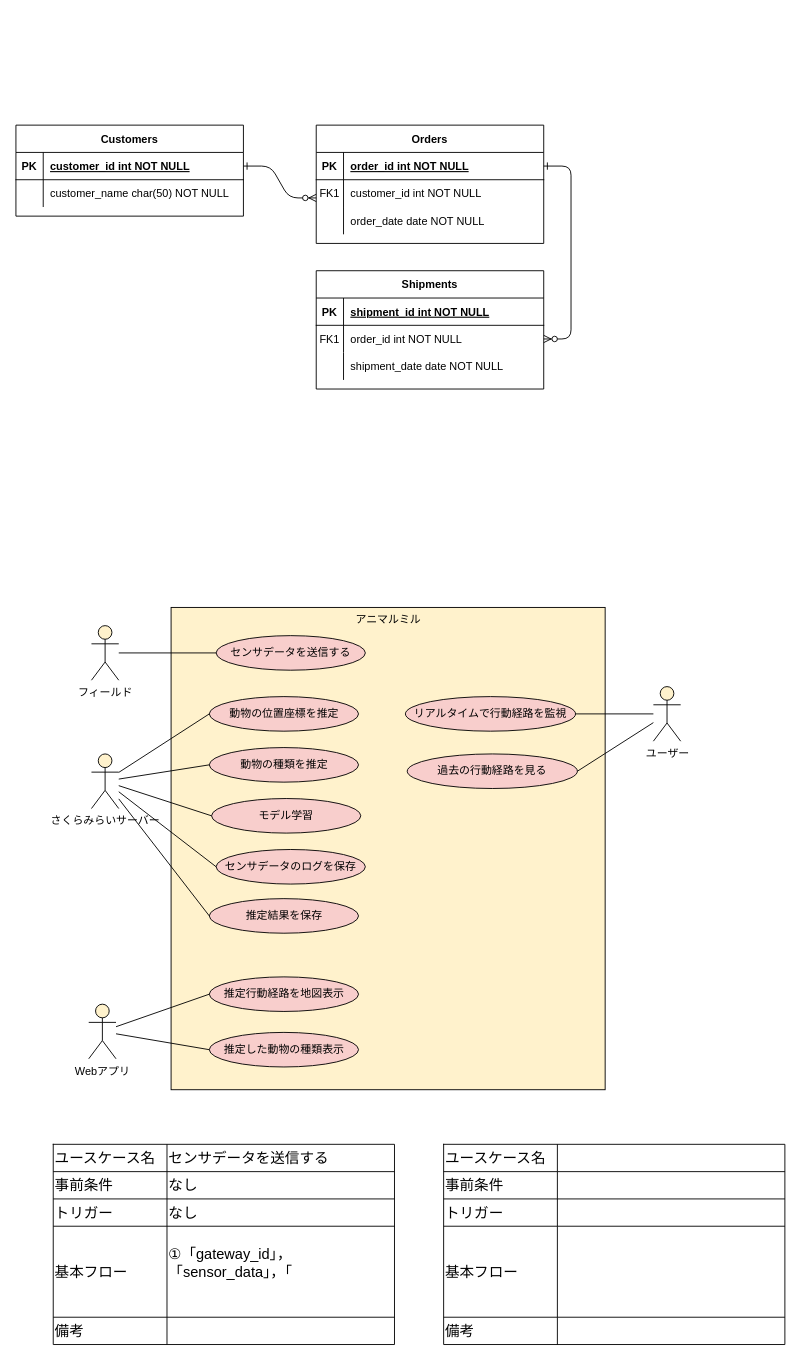
Earlier version of the draw.io diagram アニマルミルUML.drawio (ShouSawa/draw.io). Source tidied: cells renumbered, new cells numbered last; positions are measured from the earlier drawing's top-left corner, leaving out a move shared by most shapes. Both pictures are drawn from the tidied source at 91%, with x=0, y=0 at pixel (15, 125).
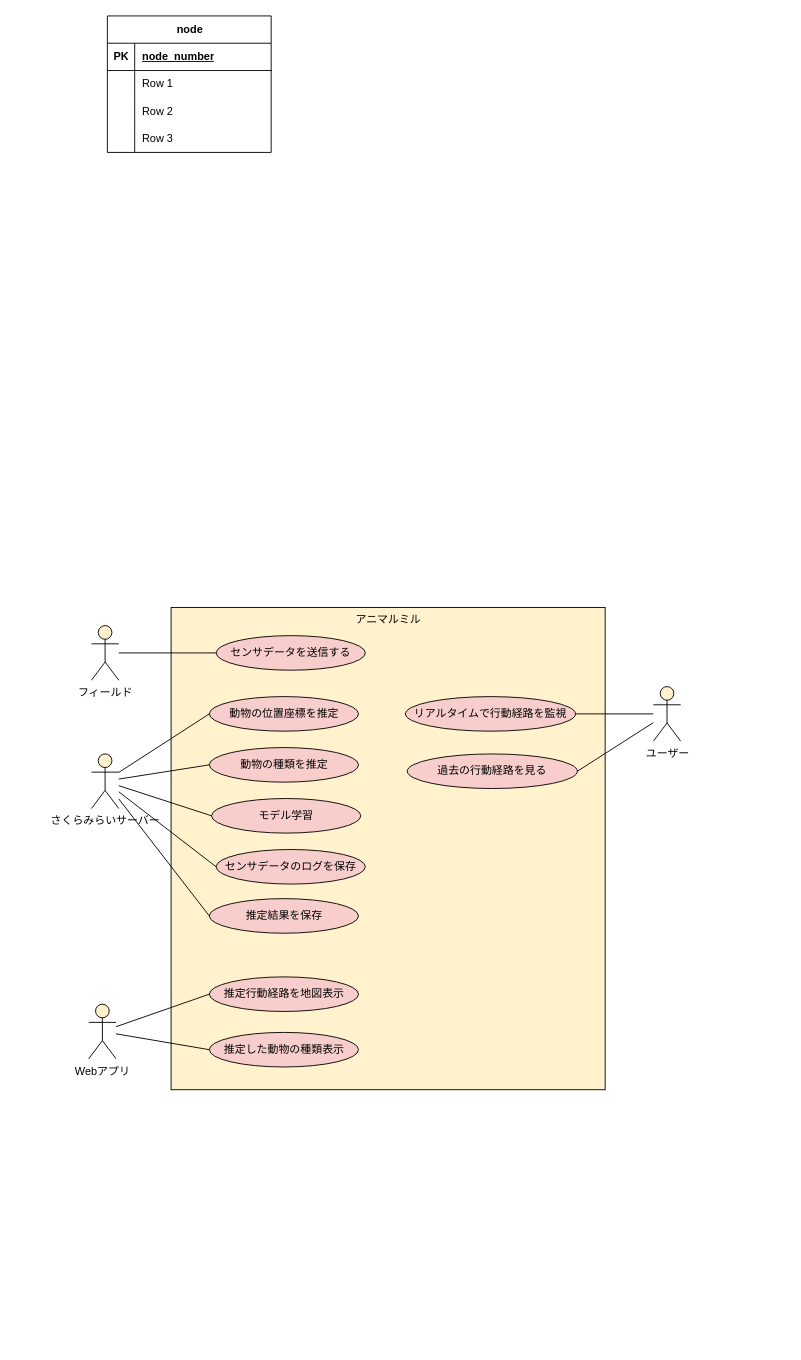
The same diagram, later.

Commit message (it also covers changes not shown here):
アニマルミルUML.drawio を更新

The edit, as a diff of the source:
```diff
@@
-    <mxCell id="2" style="edgeStyle=entityRelationEdgeStyle;endArrow=ERzeroToMany;startArrow=ERone;endFill=1;startFill=0;exitX=1;exitY=0.5;exitDx=0;exitDy=0;" parent="1" edge="1" source="25">
-      <mxGeometry relative="1" as="geometry">
-        <mxPoint x="330" y="80" as="targetPoint" />
-      </mxGeometry>
-    </mxCell>
-    <mxCell id="3" style="edgeStyle=entityRelationEdgeStyle;endArrow=ERzeroToMany;startArrow=ERone;endFill=1;startFill=0;" parent="1" edge="1" source="5" target="18">
-      <mxGeometry relative="1" as="geometry" />
-    </mxCell>
-    <mxCell id="4" value="Orders" style="shape=table;startSize=30;childLayout=tableLayout;rowLines=0;fontStyle=1;align=center;" parent="1" vertex="1">
-      <mxGeometry x="330" width="250" height="130" as="geometry" />
-    </mxCell>
-    <mxCell id="5" style="shape=partialRectangle;fillColor=none;points=[[0,0.5],[1,0.5]];portConstraint=eastwest;top=0;left=0;right=0;bottom=1;" parent="4" vertex="1">
-      <mxGeometry y="30" width="250" height="30" as="geometry" />
-    </mxCell>
-    <mxCell id="6" value="PK" style="shape=partialRectangle;overflow=hidden;fillColor=none;top=0;left=0;bottom=0;right=0;fontStyle=1;" parent="5" vertex="1">
-      <mxGeometry width="30" height="30" as="geometry" />
-    </mxCell>
-    <mxCell id="7" value="order_id int NOT NULL " style="shape=partialRectangle;overflow=hidden;fillColor=none;top=0;left=0;bottom=0;right=0;align=left;spacingLeft=6;fontStyle=5;" parent="5" vertex="1">
-      <mxGeometry x="30" width="220" height="30" as="geometry" />
-    </mxCell>
-    <mxCell id="8" style="shape=partialRectangle;fillColor=none;top=0;left=0;right=0;bottom=0;" parent="4" vertex="1">
-      <mxGeometry y="60" width="250" height="30" as="geometry" />
-    </mxCell>
-    <mxCell id="9" value="FK1" style="shape=partialRectangle;overflow=hidden;fillColor=none;top=0;left=0;bottom=0;right=0;" parent="8" vertex="1">
-      <mxGeometry width="30" height="30" as="geometry" />
-    </mxCell>
-    <mxCell id="10" value="customer_id int NOT NULL" style="shape=partialRectangle;overflow=hidden;fillColor=none;top=0;left=0;bottom=0;right=0;align=left;spacingLeft=6;" parent="8" vertex="1">
-      <mxGeometry x="30" width="220" height="30" as="geometry" />
-    </mxCell>
-    <mxCell id="11" style="shape=partialRectangle;fillColor=none;top=0;left=0;right=0;bottom=0;" parent="4" vertex="1">
-      <mxGeometry y="90" width="250" height="30" as="geometry" />
-    </mxCell>
-    <mxCell id="12" style="shape=partialRectangle;overflow=hidden;fillColor=none;top=0;left=0;bottom=0;right=0;" parent="11" vertex="1">
-      <mxGeometry width="30" height="30" as="geometry" />
-    </mxCell>
-    <mxCell id="13" value="order_date date NOT NULL" style="shape=partialRectangle;overflow=hidden;fillColor=none;top=0;left=0;bottom=0;right=0;align=left;spacingLeft=6;" parent="11" vertex="1">
-      <mxGeometry x="30" width="220" height="30" as="geometry" />
-    </mxCell>
-    <mxCell id="14" value="Shipments" style="shape=table;startSize=30;childLayout=tableLayout;rowLines=0;fontStyle=1;align=center;" parent="1" vertex="1">
-      <mxGeometry x="330" y="160" width="250" height="130" as="geometry" />
-    </mxCell>
-    <mxCell id="15" style="shape=partialRectangle;fillColor=none;top=0;left=0;right=0;bottom=1;" parent="14" vertex="1">
-      <mxGeometry y="30" width="250" height="30" as="geometry" />
-    </mxCell>
-    <mxCell id="16" value="PK" style="shape=partialRectangle;overflow=hidden;fillColor=none;top=0;left=0;bottom=0;right=0;fontStyle=1;" parent="15" vertex="1">
-      <mxGeometry width="30" height="30" as="geometry" />
-    </mxCell>
-    <mxCell id="17" value="shipment_id int NOT NULL " style="shape=partialRectangle;overflow=hidden;fillColor=none;top=0;left=0;bottom=0;right=0;align=left;spacingLeft=6;fontStyle=5;" parent="15" vertex="1">
-      <mxGeometry x="30" width="220" height="30" as="geometry" />
-    </mxCell>
-    <mxCell id="18" style="shape=partialRectangle;fillColor=none;points=[[0,0.5],[1,0.5]];portConstraint=eastwest;top=0;left=0;right=0;bottom=0;" parent="14" vertex="1">
-      <mxGeometry y="60" width="250" height="30" as="geometry" />
-    </mxCell>
-    <mxCell id="19" value="FK1" style="shape=partialRectangle;overflow=hidden;fillColor=none;top=0;left=0;bottom=0;right=0;" parent="18" vertex="1">
-      <mxGeometry width="30" height="30" as="geometry" />
-    </mxCell>
-    <mxCell id="20" value="order_id int NOT NULL" style="shape=partialRectangle;overflow=hidden;fillColor=none;top=0;left=0;bottom=0;right=0;align=left;spacingLeft=6;" parent="18" vertex="1">
-      <mxGeometry x="30" width="220" height="30" as="geometry" />
-    </mxCell>
-    <mxCell id="21" style="shape=partialRectangle;fillColor=none;top=0;left=0;right=0;bottom=0;" parent="14" vertex="1">
-      <mxGeometry y="90" width="250" height="30" as="geometry" />
-    </mxCell>
-    <mxCell id="22" style="shape=partialRectangle;overflow=hidden;fillColor=none;top=0;left=0;bottom=0;right=0;" parent="21" vertex="1">
-      <mxGeometry width="30" height="30" as="geometry" />
-    </mxCell>
-    <mxCell id="23" value="shipment_date date NOT NULL" style="shape=partialRectangle;overflow=hidden;fillColor=none;top=0;left=0;bottom=0;right=0;align=left;spacingLeft=6;" parent="21" vertex="1">
-      <mxGeometry x="30" width="220" height="30" as="geometry" />
-    </mxCell>
-    <mxCell id="24" value="Customers" style="shape=table;startSize=30;childLayout=tableLayout;rowLines=0;fontStyle=1;align=center;" parent="1" vertex="1">
-      <mxGeometry width="250" height="100" as="geometry" />
-    </mxCell>
-    <mxCell id="25" style="shape=partialRectangle;fillColor=none;points=[[0,0.5],[1,0.5]];portConstraint=eastwest;top=0;left=0;right=0;bottom=1;" parent="24" vertex="1">
-      <mxGeometry y="30" width="250" height="30" as="geometry" />
-    </mxCell>
-    <mxCell id="26" value="PK" style="shape=partialRectangle;overflow=hidden;fillColor=none;top=0;left=0;bottom=0;right=0;fontStyle=1;" parent="25" vertex="1">
-      <mxGeometry width="30" height="30" as="geometry" />
-    </mxCell>
-    <mxCell id="27" value="customer_id int NOT NULL " style="shape=partialRectangle;overflow=hidden;fillColor=none;top=0;left=0;bottom=0;right=0;align=left;spacingLeft=6;fontStyle=5;" parent="25" vertex="1">
-      <mxGeometry x="30" width="220" height="30" as="geometry" />
-    </mxCell>
-    <mxCell id="28" style="shape=partialRectangle;fillColor=none;top=0;left=0;right=0;bottom=0;" parent="24" vertex="1">
-      <mxGeometry y="60" width="250" height="30" as="geometry" />
-    </mxCell>
-    <mxCell id="29" style="shape=partialRectangle;overflow=hidden;fillColor=none;top=0;left=0;bottom=0;right=0;" parent="28" vertex="1">
-      <mxGeometry width="30" height="30" as="geometry" />
-    </mxCell>
-    <mxCell id="30" value="customer_name char(50) NOT NULL" style="shape=partialRectangle;overflow=hidden;fillColor=none;top=0;left=0;bottom=0;right=0;align=left;spacingLeft=6;" parent="28" vertex="1">
-      <mxGeometry x="30" width="220" height="30" as="geometry" />
-    </mxCell>
@@
-    <mxCell id="56" style="shape=table;startSize=0;childLayout=tableLayout;fontSize=16;" parent="1" vertex="1">
-      <mxGeometry x="41" y="1120" width="375" height="220" as="geometry" />
-    </mxCell>
-    <mxCell id="57" style="shape=tableRow;horizontal=0;startSize=0;swimlaneHead=0;swimlaneBody=0;strokeColor=inherit;top=0;left=0;bottom=0;right=0;fillColor=none;fontSize=16;" parent="56" vertex="1">
-      <mxGeometry width="375" height="30" as="geometry" />
-    </mxCell>
-    <mxCell id="58" value="ユースケース名" style="shape=partialRectangle;html=1;whiteSpace=wrap;strokeColor=inherit;overflow=hidden;fillColor=none;top=0;left=0;bottom=0;right=0;fontSize=16;align=left;" parent="57" vertex="1">
-      <mxGeometry width="125" height="30" as="geometry" />
-    </mxCell>
-    <mxCell id="59" value="&lt;div&gt;センサデータを送信する&lt;/div&gt;" style="shape=partialRectangle;html=1;whiteSpace=wrap;strokeColor=inherit;overflow=hidden;fillColor=none;top=0;left=0;bottom=0;right=0;fontSize=16;align=left;" parent="57" vertex="1">
-      <mxGeometry x="125" width="250" height="30" as="geometry" />
-    </mxCell>
-    <mxCell id="60" style="shape=tableRow;horizontal=0;startSize=0;swimlaneHead=0;swimlaneBody=0;strokeColor=inherit;top=0;left=0;bottom=0;right=0;fillColor=none;fontSize=16;" parent="56" vertex="1">
-      <mxGeometry y="30" width="375" height="30" as="geometry" />
-    </mxCell>
-    <mxCell id="61" value="事前条件" style="shape=partialRectangle;html=1;whiteSpace=wrap;strokeColor=inherit;overflow=hidden;fillColor=none;top=0;left=0;bottom=0;right=0;fontSize=16;align=left;" parent="60" vertex="1">
-      <mxGeometry width="125" height="30" as="geometry" />
-    </mxCell>
-    <mxCell id="62" value="なし" style="shape=partialRectangle;html=1;whiteSpace=wrap;strokeColor=inherit;overflow=hidden;fillColor=none;top=0;left=0;bottom=0;right=0;fontSize=16;align=left;" parent="60" vertex="1">
-      <mxGeometry x="125" width="250" height="30" as="geometry" />
-    </mxCell>
-    <mxCell id="63" style="shape=tableRow;horizontal=0;startSize=0;swimlaneHead=0;swimlaneBody=0;strokeColor=inherit;top=0;left=0;bottom=0;right=0;fillColor=none;fontSize=16;" parent="56" vertex="1">
-      <mxGeometry y="60" width="375" height="30" as="geometry" />
-    </mxCell>
-    <mxCell id="64" value="トリガー" style="shape=partialRectangle;html=1;whiteSpace=wrap;strokeColor=inherit;overflow=hidden;fillColor=none;top=0;left=0;bottom=0;right=0;fontSize=16;align=left;" parent="63" vertex="1">
-      <mxGeometry width="125" height="30" as="geometry" />
-    </mxCell>
-    <mxCell id="65" value="なし" style="shape=partialRectangle;html=1;whiteSpace=wrap;strokeColor=inherit;overflow=hidden;fillColor=none;top=0;left=0;bottom=0;right=0;fontSize=16;align=left;" parent="63" vertex="1">
-      <mxGeometry x="125" width="250" height="30" as="geometry" />
-    </mxCell>
-    <mxCell id="66" style="shape=tableRow;horizontal=0;startSize=0;swimlaneHead=0;swimlaneBody=0;strokeColor=inherit;top=0;left=0;bottom=0;right=0;fillColor=none;fontSize=16;" parent="56" vertex="1">
-      <mxGeometry y="90" width="375" height="100" as="geometry" />
-    </mxCell>
-    <mxCell id="67" value="基本フロー" style="shape=partialRectangle;html=1;whiteSpace=wrap;strokeColor=inherit;overflow=hidden;fillColor=none;top=0;left=0;bottom=0;right=0;fontSize=16;align=left;" parent="66" vertex="1">
-      <mxGeometry width="125" height="100" as="geometry" />
-    </mxCell>
-    <mxCell id="68" value="①「gateway_id」，「sensor_data」，「&lt;div&gt;&lt;br&gt;&lt;/div&gt;" style="shape=partialRectangle;html=1;whiteSpace=wrap;strokeColor=inherit;overflow=hidden;fillColor=none;top=0;left=0;bottom=0;right=0;fontSize=16;align=left;" parent="66" vertex="1">
-      <mxGeometry x="125" width="250" height="100" as="geometry" />
-    </mxCell>
-    <mxCell id="69" style="shape=tableRow;horizontal=0;startSize=0;swimlaneHead=0;swimlaneBody=0;strokeColor=inherit;top=0;left=0;bottom=0;right=0;fillColor=none;fontSize=16;" parent="56" vertex="1">
-      <mxGeometry y="190" width="375" height="30" as="geometry" />
-    </mxCell>
-    <mxCell id="70" value="備考" style="shape=partialRectangle;html=1;whiteSpace=wrap;strokeColor=inherit;overflow=hidden;fillColor=none;top=0;left=0;bottom=0;right=0;fontSize=16;align=left;" parent="69" vertex="1">
-      <mxGeometry width="125" height="30" as="geometry" />
-    </mxCell>
-    <mxCell id="71" style="shape=partialRectangle;html=1;whiteSpace=wrap;strokeColor=inherit;overflow=hidden;fillColor=none;top=0;left=0;bottom=0;right=0;fontSize=16;align=left;" parent="69" vertex="1">
-      <mxGeometry x="125" width="250" height="30" as="geometry" />
-    </mxCell>
-    <mxCell id="72" style="shape=table;startSize=0;childLayout=tableLayout;fontSize=16;" parent="1" vertex="1">
-      <mxGeometry x="470" y="1120" width="375" height="220" as="geometry" />
-    </mxCell>
-    <mxCell id="73" style="shape=tableRow;horizontal=0;startSize=0;swimlaneHead=0;swimlaneBody=0;strokeColor=inherit;top=0;left=0;bottom=0;right=0;fillColor=none;fontSize=16;" parent="72" vertex="1">
-      <mxGeometry width="375" height="30" as="geometry" />
-    </mxCell>
-    <mxCell id="74" value="ユースケース名" style="shape=partialRectangle;html=1;whiteSpace=wrap;strokeColor=inherit;overflow=hidden;fillColor=none;top=0;left=0;bottom=0;right=0;fontSize=16;align=left;" parent="73" vertex="1">
-      <mxGeometry width="125" height="30" as="geometry" />
-    </mxCell>
-    <mxCell id="75" style="shape=partialRectangle;html=1;whiteSpace=wrap;strokeColor=inherit;overflow=hidden;fillColor=none;top=0;left=0;bottom=0;right=0;fontSize=16;align=left;" parent="73" vertex="1">
-      <mxGeometry x="125" width="250" height="30" as="geometry" />
-    </mxCell>
-    <mxCell id="76" style="shape=tableRow;horizontal=0;startSize=0;swimlaneHead=0;swimlaneBody=0;strokeColor=inherit;top=0;left=0;bottom=0;right=0;fillColor=none;fontSize=16;" parent="72" vertex="1">
-      <mxGeometry y="30" width="375" height="30" as="geometry" />
-    </mxCell>
-    <mxCell id="77" value="事前条件" style="shape=partialRectangle;html=1;whiteSpace=wrap;strokeColor=inherit;overflow=hidden;fillColor=none;top=0;left=0;bottom=0;right=0;fontSize=16;align=left;" parent="76" vertex="1">
-      <mxGeometry width="125" height="30" as="geometry" />
-    </mxCell>
-    <mxCell id="78" style="shape=partialRectangle;html=1;whiteSpace=wrap;strokeColor=inherit;overflow=hidden;fillColor=none;top=0;left=0;bottom=0;right=0;fontSize=16;align=left;" parent="76" vertex="1">
-      <mxGeometry x="125" width="250" height="30" as="geometry" />
-    </mxCell>
-    <mxCell id="79" style="shape=tableRow;horizontal=0;startSize=0;swimlaneHead=0;swimlaneBody=0;strokeColor=inherit;top=0;left=0;bottom=0;right=0;fillColor=none;fontSize=16;" parent="72" vertex="1">
-      <mxGeometry y="60" width="375" height="30" as="geometry" />
-    </mxCell>
-    <mxCell id="80" value="トリガー" style="shape=partialRectangle;html=1;whiteSpace=wrap;strokeColor=inherit;overflow=hidden;fillColor=none;top=0;left=0;bottom=0;right=0;fontSize=16;align=left;" parent="79" vertex="1">
-      <mxGeometry width="125" height="30" as="geometry" />
-    </mxCell>
-    <mxCell id="81" style="shape=partialRectangle;html=1;whiteSpace=wrap;strokeColor=inherit;overflow=hidden;fillColor=none;top=0;left=0;bottom=0;right=0;fontSize=16;align=left;" parent="79" vertex="1">
-      <mxGeometry x="125" width="250" height="30" as="geometry" />
-    </mxCell>
-    <mxCell id="82" style="shape=tableRow;horizontal=0;startSize=0;swimlaneHead=0;swimlaneBody=0;strokeColor=inherit;top=0;left=0;bottom=0;right=0;fillColor=none;fontSize=16;" parent="72" vertex="1">
-      <mxGeometry y="90" width="375" height="100" as="geometry" />
-    </mxCell>
-    <mxCell id="83" value="基本フロー" style="shape=partialRectangle;html=1;whiteSpace=wrap;strokeColor=inherit;overflow=hidden;fillColor=none;top=0;left=0;bottom=0;right=0;fontSize=16;align=left;" parent="82" vertex="1">
-      <mxGeometry width="125" height="100" as="geometry" />
-    </mxCell>
-    <mxCell id="84" style="shape=partialRectangle;html=1;whiteSpace=wrap;strokeColor=inherit;overflow=hidden;fillColor=none;top=0;left=0;bottom=0;right=0;fontSize=16;align=left;" parent="82" vertex="1">
-      <mxGeometry x="125" width="250" height="100" as="geometry" />
-    </mxCell>
-    <mxCell id="85" style="shape=tableRow;horizontal=0;startSize=0;swimlaneHead=0;swimlaneBody=0;strokeColor=inherit;top=0;left=0;bottom=0;right=0;fillColor=none;fontSize=16;" parent="72" vertex="1">
-      <mxGeometry y="190" width="375" height="30" as="geometry" />
-    </mxCell>
-    <mxCell id="86" value="備考" style="shape=partialRectangle;html=1;whiteSpace=wrap;strokeColor=inherit;overflow=hidden;fillColor=none;top=0;left=0;bottom=0;right=0;fontSize=16;align=left;" parent="85" vertex="1">
-      <mxGeometry width="125" height="30" as="geometry" />
-    </mxCell>
-    <mxCell id="87" style="shape=partialRectangle;html=1;whiteSpace=wrap;strokeColor=inherit;overflow=hidden;fillColor=none;top=0;left=0;bottom=0;right=0;fontSize=16;align=left;" parent="85" vertex="1">
-      <mxGeometry x="125" width="250" height="30" as="geometry" />
-    </mxCell>
+    <mxCell id="88" value="node" style="shape=table;startSize=30;childLayout=tableLayout;rowLines=0;fontStyle=1;align=center;html=1;" parent="1" vertex="1">
+      <mxGeometry x="100.5" y="-120" width="180" height="150" as="geometry" />
+    </mxCell>
+    <mxCell id="89" style="shape=tableRow;horizontal=0;startSize=0;swimlaneHead=0;swimlaneBody=0;fillColor=none;top=0;left=0;right=0;bottom=1;" parent="88" vertex="1">
+      <mxGeometry y="30" width="180" height="30" as="geometry" />
+    </mxCell>
+    <mxCell id="90" value="PK" style="shape=partialRectangle;fillColor=none;top=0;left=0;bottom=0;right=0;fontStyle=1;overflow=hidden;whiteSpace=wrap;html=1;" parent="89" vertex="1">
+      <mxGeometry width="30" height="30" as="geometry" />
+    </mxCell>
+    <mxCell id="91" value="node_number" style="shape=partialRectangle;fillColor=none;top=0;left=0;bottom=0;right=0;align=left;spacingLeft=6;fontStyle=5;overflow=hidden;whiteSpace=wrap;html=1;" parent="89" vertex="1">
+      <mxGeometry x="30" width="150" height="30" as="geometry" />
+    </mxCell>
+    <mxCell id="92" style="shape=tableRow;horizontal=0;startSize=0;swimlaneHead=0;swimlaneBody=0;fillColor=none;top=0;left=0;right=0;bottom=0;" parent="88" vertex="1">
+      <mxGeometry y="60" width="180" height="30" as="geometry" />
+    </mxCell>
+    <mxCell id="93" style="shape=partialRectangle;fillColor=none;top=0;left=0;bottom=0;right=0;overflow=hidden;whiteSpace=wrap;html=1;" parent="92" vertex="1">
+      <mxGeometry width="30" height="30" as="geometry" />
+    </mxCell>
+    <mxCell id="94" value="Row 1" style="shape=partialRectangle;fillColor=none;top=0;left=0;bottom=0;right=0;align=left;spacingLeft=6;overflow=hidden;whiteSpace=wrap;html=1;" parent="92" vertex="1">
+      <mxGeometry x="30" width="150" height="30" as="geometry" />
+    </mxCell>
+    <mxCell id="95" style="shape=tableRow;horizontal=0;startSize=0;swimlaneHead=0;swimlaneBody=0;fillColor=none;top=0;left=0;right=0;bottom=0;" parent="88" vertex="1">
+      <mxGeometry y="90" width="180" height="30" as="geometry" />
+    </mxCell>
+    <mxCell id="96" style="shape=partialRectangle;fillColor=none;top=0;left=0;bottom=0;right=0;overflow=hidden;whiteSpace=wrap;html=1;" parent="95" vertex="1">
+      <mxGeometry width="30" height="30" as="geometry" />
+    </mxCell>
+    <mxCell id="97" value="Row 2" style="shape=partialRectangle;fillColor=none;top=0;left=0;bottom=0;right=0;align=left;spacingLeft=6;overflow=hidden;whiteSpace=wrap;html=1;" parent="95" vertex="1">
+      <mxGeometry x="30" width="150" height="30" as="geometry" />
+    </mxCell>
+    <mxCell id="98" style="shape=tableRow;horizontal=0;startSize=0;swimlaneHead=0;swimlaneBody=0;fillColor=none;top=0;left=0;right=0;bottom=0;" parent="88" vertex="1">
+      <mxGeometry y="120" width="180" height="30" as="geometry" />
+    </mxCell>
+    <mxCell id="99" style="shape=partialRectangle;fillColor=none;top=0;left=0;bottom=0;right=0;overflow=hidden;whiteSpace=wrap;html=1;" parent="98" vertex="1">
+      <mxGeometry width="30" height="30" as="geometry" />
+    </mxCell>
+    <mxCell id="100" value="Row 3" style="shape=partialRectangle;fillColor=none;top=0;left=0;bottom=0;right=0;align=left;spacingLeft=6;overflow=hidden;whiteSpace=wrap;html=1;" parent="98" vertex="1">
+      <mxGeometry x="30" width="150" height="30" as="geometry" />
+    </mxCell>
```
